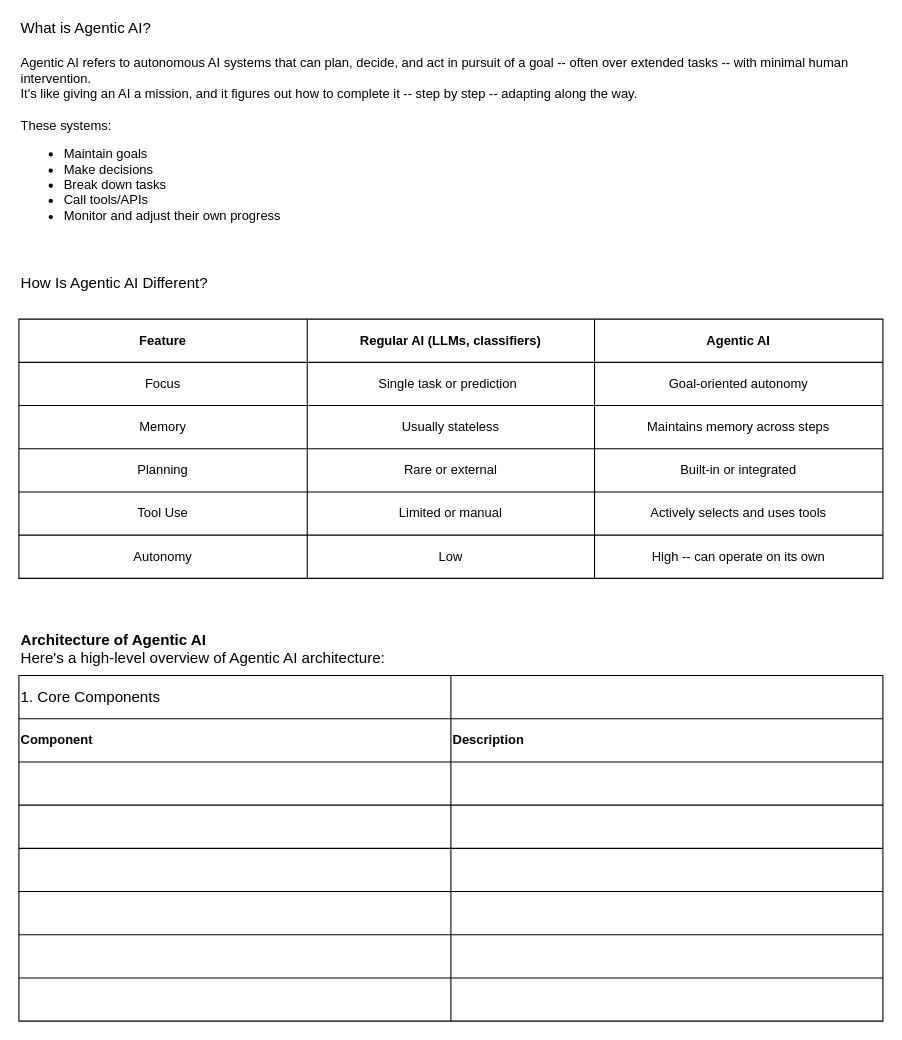
tyk1hc/drawio keeps this draw.io diagram as AgenticAI.drawio. Above is the earlier version. Source tidied: cells renumbered, new cells numbered last; positions are measured from the earlier drawing's top-left corner, leaving out a move shared by most shapes. Both pictures are drawn from the tidied source at 108%, with x=0, y=0 at pixel (18, 49).
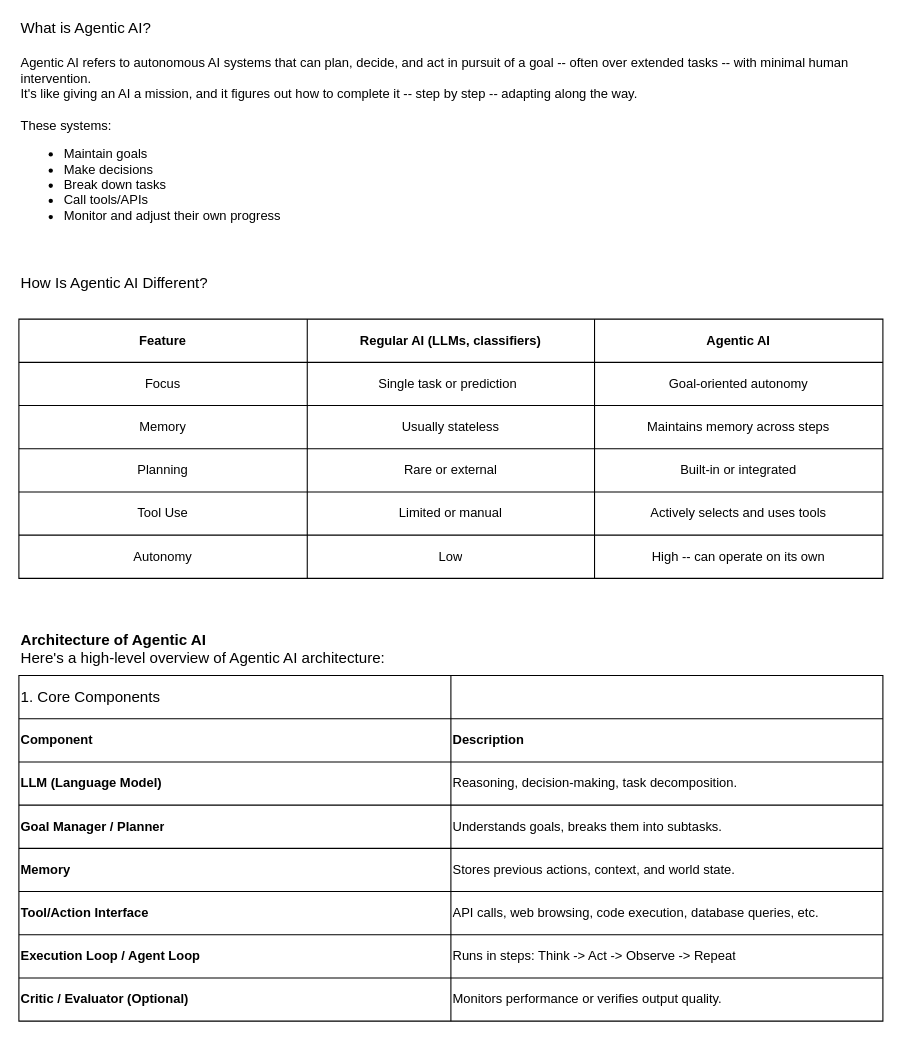
After the change.

Unchanged cells that the change refers to:
```xml
<mxCell id="37" style="shape=tableRow;horizontal=0;startSize=0;swimlaneHead=0;swimlaneBody=0;strokeColor=inherit;top=0;left=0;bottom=0;right=0;fillColor=none;" parent="30" vertex="1">
  <mxGeometry y="80" width="800" height="40" as="geometry" />
</mxCell>
<mxCell id="40" style="shape=tableRow;horizontal=0;startSize=0;swimlaneHead=0;swimlaneBody=0;strokeColor=inherit;top=0;left=0;bottom=0;right=0;fillColor=none;" parent="30" vertex="1">
  <mxGeometry y="120" width="800" height="40" as="geometry" />
</mxCell>
<mxCell id="43" style="shape=tableRow;horizontal=0;startSize=0;swimlaneHead=0;swimlaneBody=0;strokeColor=inherit;top=0;left=0;bottom=0;right=0;fillColor=none;" parent="30" vertex="1">
  <mxGeometry y="160" width="800" height="40" as="geometry" />
</mxCell>
<mxCell id="46" style="shape=tableRow;horizontal=0;startSize=0;swimlaneHead=0;swimlaneBody=0;strokeColor=inherit;top=0;left=0;bottom=0;right=0;fillColor=none;" parent="30" vertex="1">
  <mxGeometry y="200" width="800" height="40" as="geometry" />
</mxCell>
<mxCell id="49" style="shape=tableRow;horizontal=0;startSize=0;swimlaneHead=0;swimlaneBody=0;strokeColor=inherit;top=0;left=0;bottom=0;right=0;fillColor=none;" parent="30" vertex="1">
  <mxGeometry y="240" width="800" height="40" as="geometry" />
</mxCell>
<mxCell id="52" style="shape=tableRow;horizontal=0;startSize=0;swimlaneHead=0;swimlaneBody=0;strokeColor=inherit;top=0;left=0;bottom=0;right=0;fillColor=none;" parent="30" vertex="1">
  <mxGeometry y="280" width="800" height="40" as="geometry" />
</mxCell>
```

The edit, as a diff of the source:
```diff
@@
-    <mxCell id="30" style="shape=table;startSize=0;childLayout=tableLayout;" parent="1" vertex="1">
+    <mxCell id="30" style="shape=table;startSize=0;childLayout=tableLayout;align=left;" parent="1" vertex="1">
       <mxGeometry y="580" width="800" height="320" as="geometry" />
     </mxCell>
@@
-    <mxCell id="38" style="shape=partialRectangle;html=1;whiteSpace=wrap;strokeColor=inherit;overflow=hidden;fillColor=none;top=0;left=0;bottom=0;right=0;align=left;" parent="37" vertex="1">
+    <mxCell id="38" value="&lt;b&gt;LLM (Language Model)&lt;/b&gt;" style="shape=partialRectangle;html=1;whiteSpace=wrap;strokeColor=inherit;overflow=hidden;fillColor=none;top=0;left=0;bottom=0;right=0;align=left;" parent="37" vertex="1">
       <mxGeometry width="400" height="40" as="geometry" />
     </mxCell>
-    <mxCell id="39" style="shape=partialRectangle;html=1;whiteSpace=wrap;strokeColor=inherit;overflow=hidden;fillColor=none;top=0;left=0;bottom=0;right=0;" parent="37" vertex="1">
+    <mxCell id="39" value="Reasoning, decision-making, task decomposition." style="shape=partialRectangle;html=1;whiteSpace=wrap;strokeColor=inherit;overflow=hidden;fillColor=none;top=0;left=0;bottom=0;right=0;align=left;" parent="37" vertex="1">
       <mxGeometry x="400" width="400" height="40" as="geometry" />
     </mxCell>
@@
-    <mxCell id="41" style="shape=partialRectangle;html=1;whiteSpace=wrap;strokeColor=inherit;overflow=hidden;fillColor=none;top=0;left=0;bottom=0;right=0;align=left;" parent="40" vertex="1">
+    <mxCell id="41" value="&lt;b&gt;Goal Manager / Planner&lt;/b&gt;" style="shape=partialRectangle;html=1;whiteSpace=wrap;strokeColor=inherit;overflow=hidden;fillColor=none;top=0;left=0;bottom=0;right=0;align=left;" parent="40" vertex="1">
       <mxGeometry width="400" height="40" as="geometry" />
     </mxCell>
-    <mxCell id="42" style="shape=partialRectangle;html=1;whiteSpace=wrap;strokeColor=inherit;overflow=hidden;fillColor=none;top=0;left=0;bottom=0;right=0;" parent="40" vertex="1">
+    <mxCell id="42" value="Understands goals, breaks them into subtasks." style="shape=partialRectangle;html=1;whiteSpace=wrap;strokeColor=inherit;overflow=hidden;fillColor=none;top=0;left=0;bottom=0;right=0;align=left;" parent="40" vertex="1">
       <mxGeometry x="400" width="400" height="40" as="geometry" />
     </mxCell>
@@
-    <mxCell id="44" style="shape=partialRectangle;html=1;whiteSpace=wrap;strokeColor=inherit;overflow=hidden;fillColor=none;top=0;left=0;bottom=0;right=0;align=left;" parent="43" vertex="1">
+    <mxCell id="44" value="&lt;b&gt;Memory&lt;/b&gt;" style="shape=partialRectangle;html=1;whiteSpace=wrap;strokeColor=inherit;overflow=hidden;fillColor=none;top=0;left=0;bottom=0;right=0;align=left;" parent="43" vertex="1">
       <mxGeometry width="400" height="40" as="geometry" />
     </mxCell>
-    <mxCell id="45" style="shape=partialRectangle;html=1;whiteSpace=wrap;strokeColor=inherit;overflow=hidden;fillColor=none;top=0;left=0;bottom=0;right=0;" parent="43" vertex="1">
+    <mxCell id="45" value="Stores previous actions, context, and world state." style="shape=partialRectangle;html=1;whiteSpace=wrap;strokeColor=inherit;overflow=hidden;fillColor=none;top=0;left=0;bottom=0;right=0;align=left;" parent="43" vertex="1">
       <mxGeometry x="400" width="400" height="40" as="geometry" />
     </mxCell>
@@
-    <mxCell id="47" style="shape=partialRectangle;html=1;whiteSpace=wrap;strokeColor=inherit;overflow=hidden;fillColor=none;top=0;left=0;bottom=0;right=0;align=left;" parent="46" vertex="1">
+    <mxCell id="47" value="&lt;b&gt;Tool/Action Interface&lt;/b&gt;" style="shape=partialRectangle;html=1;whiteSpace=wrap;strokeColor=inherit;overflow=hidden;fillColor=none;top=0;left=0;bottom=0;right=0;align=left;" parent="46" vertex="1">
       <mxGeometry width="400" height="40" as="geometry" />
     </mxCell>
-    <mxCell id="48" style="shape=partialRectangle;html=1;whiteSpace=wrap;strokeColor=inherit;overflow=hidden;fillColor=none;top=0;left=0;bottom=0;right=0;" parent="46" vertex="1">
+    <mxCell id="48" value="API calls, web browsing, code execution, database queries, etc." style="shape=partialRectangle;html=1;whiteSpace=wrap;strokeColor=inherit;overflow=hidden;fillColor=none;top=0;left=0;bottom=0;right=0;align=left;" parent="46" vertex="1">
       <mxGeometry x="400" width="400" height="40" as="geometry" />
     </mxCell>
@@
-    <mxCell id="50" style="shape=partialRectangle;html=1;whiteSpace=wrap;strokeColor=inherit;overflow=hidden;fillColor=none;top=0;left=0;bottom=0;right=0;align=left;" parent="49" vertex="1">
+    <mxCell id="50" value="&lt;b&gt;Execution Loop / Agent Loop&lt;/b&gt;" style="shape=partialRectangle;html=1;whiteSpace=wrap;strokeColor=inherit;overflow=hidden;fillColor=none;top=0;left=0;bottom=0;right=0;align=left;" parent="49" vertex="1">
       <mxGeometry width="400" height="40" as="geometry" />
     </mxCell>
-    <mxCell id="51" style="shape=partialRectangle;html=1;whiteSpace=wrap;strokeColor=inherit;overflow=hidden;fillColor=none;top=0;left=0;bottom=0;right=0;" parent="49" vertex="1">
+    <mxCell id="51" value="Runs in steps: Think -&amp;gt; Act -&amp;gt; Observe -&amp;gt; Repeat" style="shape=partialRectangle;html=1;whiteSpace=wrap;strokeColor=inherit;overflow=hidden;fillColor=none;top=0;left=0;bottom=0;right=0;align=left;" parent="49" vertex="1">
       <mxGeometry x="400" width="400" height="40" as="geometry" />
     </mxCell>
@@
-    <mxCell id="53" style="shape=partialRectangle;html=1;whiteSpace=wrap;strokeColor=inherit;overflow=hidden;fillColor=none;top=0;left=0;bottom=0;right=0;align=left;" parent="52" vertex="1">
+    <mxCell id="53" value="&lt;b&gt;Critic / Evaluator (Optional)&lt;/b&gt;" style="shape=partialRectangle;html=1;whiteSpace=wrap;strokeColor=inherit;overflow=hidden;fillColor=none;top=0;left=0;bottom=0;right=0;align=left;" parent="52" vertex="1">
       <mxGeometry width="400" height="40" as="geometry" />
     </mxCell>
-    <mxCell id="54" style="shape=partialRectangle;html=1;whiteSpace=wrap;strokeColor=inherit;overflow=hidden;fillColor=none;top=0;left=0;bottom=0;right=0;" parent="52" vertex="1">
+    <mxCell id="54" value="Monitors performance or verifies output quality." style="shape=partialRectangle;html=1;whiteSpace=wrap;strokeColor=inherit;overflow=hidden;fillColor=none;top=0;left=0;bottom=0;right=0;align=left;" parent="52" vertex="1">
       <mxGeometry x="400" width="400" height="40" as="geometry" />
     </mxCell>
```
